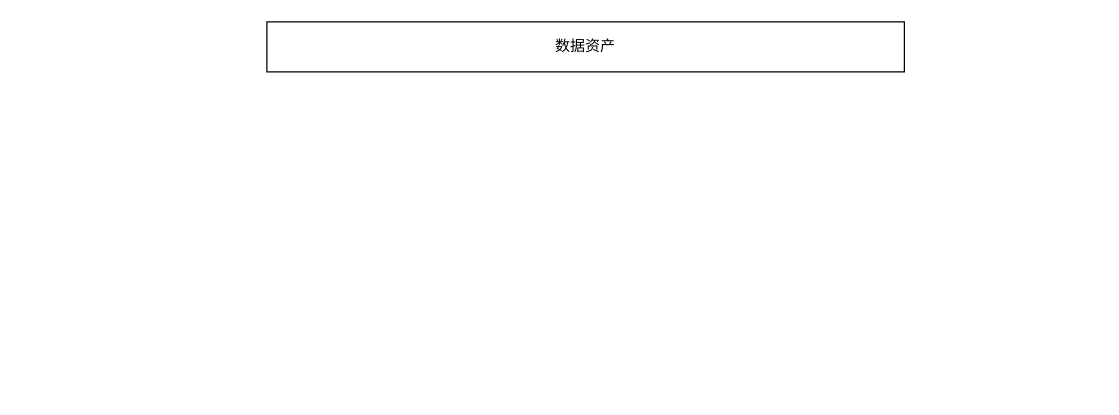
Earlier version of the draw.io diagram 未命名绘图.drawio (quizhi44/game). Source tidied: cells renumbered, new cells numbered last; positions are measured from the earlier drawing's top-left corner, leaving out a move shared by most shapes. Both pictures are drawn from the tidied source at 125%, with x=0, y=0 at pixel (266, 21).
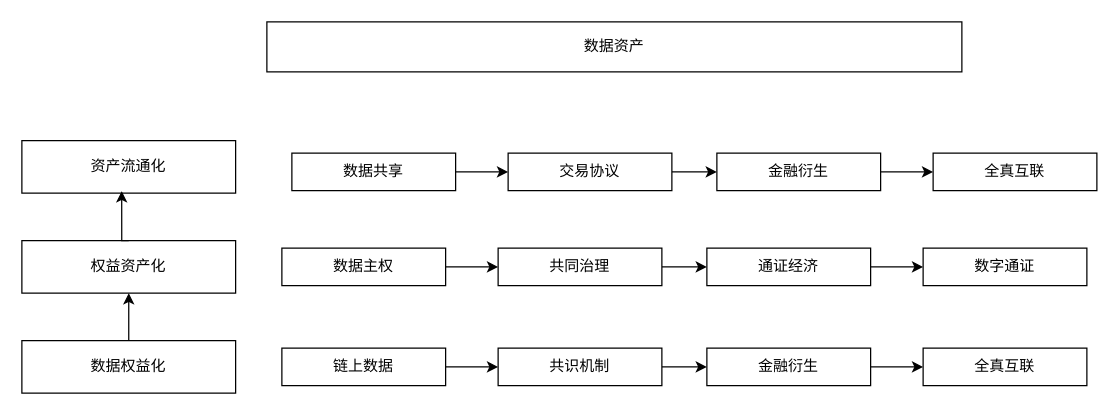
Above is the later version.

Commit message:
更新未命名绘图.drawio

Diff of the diagram source:
```diff
@@
     <mxCell id="2" value="数据资产" style="rounded=0;whiteSpace=wrap;html=1;" parent="1" vertex="1">
-      <mxGeometry width="510" height="40" as="geometry" />
+      <mxGeometry width="556" height="40" as="geometry" />
     </mxCell>
+    <mxCell id="3" style="edgeStyle=orthogonalEdgeStyle;rounded=0;jettySize=auto;html=1;" parent="1" edge="1" source="4" target="6">
+      <mxGeometry relative="1" as="geometry" />
+    </mxCell>
+    <mxCell id="4" value="数据共享" style="rounded=0;whiteSpace=wrap;html=1;" parent="1" vertex="1">
+      <mxGeometry x="20" y="105" width="131" height="30" as="geometry" />
+    </mxCell>
+    <mxCell id="5" style="edgeStyle=orthogonalEdgeStyle;rounded=0;jettySize=auto;html=1;" parent="1" edge="1" source="6" target="8">
+      <mxGeometry relative="1" as="geometry" />
+    </mxCell>
+    <mxCell id="6" value="交易协议" style="rounded=0;whiteSpace=wrap;html=1;" parent="1" vertex="1">
+      <mxGeometry x="193" y="105" width="131" height="30" as="geometry" />
+    </mxCell>
+    <mxCell id="7" style="edgeStyle=orthogonalEdgeStyle;rounded=0;jettySize=auto;html=1;" parent="1" edge="1" source="8" target="9">
+      <mxGeometry relative="1" as="geometry" />
+    </mxCell>
+    <mxCell id="8" value="金融衍生" style="rounded=0;whiteSpace=wrap;html=1;" parent="1" vertex="1">
+      <mxGeometry x="360" y="105" width="131" height="30" as="geometry" />
+    </mxCell>
+    <mxCell id="9" value="全真互联" style="rounded=0;whiteSpace=wrap;html=1;" parent="1" vertex="1">
+      <mxGeometry x="533" y="105" width="131" height="30" as="geometry" />
+    </mxCell>
+    <mxCell id="10" value="资产流通化" style="rounded=0;whiteSpace=wrap;html=1;" parent="1" vertex="1">
+      <mxGeometry x="-196" y="95" width="171" height="42" as="geometry" />
+    </mxCell>
+    <mxCell id="11" value="权益资产化" style="rounded=0;whiteSpace=wrap;html=1;" parent="1" vertex="1">
+      <mxGeometry x="-196" y="175" width="171" height="42" as="geometry" />
+    </mxCell>
+    <mxCell id="12" style="edgeStyle=orthogonalEdgeStyle;rounded=0;jettySize=auto;html=1;exitX=0.5;exitY=0;exitDx=0;exitDy=0;" parent="1" edge="1" source="13" target="11">
+      <mxGeometry relative="1" as="geometry" />
+    </mxCell>
+    <mxCell id="13" value="数据权益化" style="rounded=0;whiteSpace=wrap;html=1;" parent="1" vertex="1">
+      <mxGeometry x="-196" y="255" width="171" height="42" as="geometry" />
+    </mxCell>
+    <mxCell id="14" style="edgeStyle=orthogonalEdgeStyle;rounded=0;jettySize=auto;html=1;exitX=0.5;exitY=0;exitDx=0;exitDy=0;entryX=0.467;entryY=0.962;entryDx=0;entryDy=0;entryPerimeter=0;" parent="1" edge="1" source="11" target="10">
+      <mxGeometry relative="1" as="geometry" />
+    </mxCell>
+    <mxCell id="15" style="edgeStyle=orthogonalEdgeStyle;rounded=0;jettySize=auto;html=1;" parent="1" edge="1" source="16" target="18">
+      <mxGeometry relative="1" as="geometry" />
+    </mxCell>
+    <mxCell id="16" value="数据主权" style="rounded=0;whiteSpace=wrap;html=1;" parent="1" vertex="1">
+      <mxGeometry x="12" y="181" width="131" height="30" as="geometry" />
+    </mxCell>
+    <mxCell id="17" style="edgeStyle=orthogonalEdgeStyle;rounded=0;jettySize=auto;html=1;" parent="1" edge="1" source="18" target="20">
+      <mxGeometry relative="1" as="geometry" />
+    </mxCell>
+    <mxCell id="18" value="共同治理" style="rounded=0;whiteSpace=wrap;html=1;" parent="1" vertex="1">
+      <mxGeometry x="185" y="181" width="131" height="30" as="geometry" />
+    </mxCell>
+    <mxCell id="19" style="edgeStyle=orthogonalEdgeStyle;rounded=0;jettySize=auto;html=1;" parent="1" edge="1" source="20" target="21">
+      <mxGeometry relative="1" as="geometry" />
+    </mxCell>
+    <mxCell id="20" value="通证经济" style="rounded=0;whiteSpace=wrap;html=1;" parent="1" vertex="1">
+      <mxGeometry x="352" y="181" width="131" height="30" as="geometry" />
+    </mxCell>
+    <mxCell id="21" value="数字通证" style="rounded=0;whiteSpace=wrap;html=1;" parent="1" vertex="1">
+      <mxGeometry x="525" y="181" width="131" height="30" as="geometry" />
+    </mxCell>
+    <mxCell id="22" style="edgeStyle=orthogonalEdgeStyle;rounded=0;jettySize=auto;html=1;" parent="1" edge="1" source="23" target="25">
+      <mxGeometry relative="1" as="geometry" />
+    </mxCell>
+    <mxCell id="23" value="链上数据" style="rounded=0;whiteSpace=wrap;html=1;" parent="1" vertex="1">
+      <mxGeometry x="12" y="261" width="131" height="30" as="geometry" />
+    </mxCell>
+    <mxCell id="24" style="edgeStyle=orthogonalEdgeStyle;rounded=0;jettySize=auto;html=1;" parent="1" edge="1" source="25" target="27">
+      <mxGeometry relative="1" as="geometry" />
+    </mxCell>
+    <mxCell id="25" value="共识机制" style="rounded=0;whiteSpace=wrap;html=1;" parent="1" vertex="1">
+      <mxGeometry x="185" y="261" width="131" height="30" as="geometry" />
+    </mxCell>
+    <mxCell id="26" style="edgeStyle=orthogonalEdgeStyle;rounded=0;jettySize=auto;html=1;" parent="1" edge="1" source="27" target="28">
+      <mxGeometry relative="1" as="geometry" />
+    </mxCell>
+    <mxCell id="27" value="金融衍生" style="rounded=0;whiteSpace=wrap;html=1;" parent="1" vertex="1">
+      <mxGeometry x="352" y="261" width="131" height="30" as="geometry" />
+    </mxCell>
+    <mxCell id="28" value="全真互联" style="rounded=0;whiteSpace=wrap;html=1;" parent="1" vertex="1">
+      <mxGeometry x="525" y="261" width="131" height="30" as="geometry" />
+    </mxCell>
```
